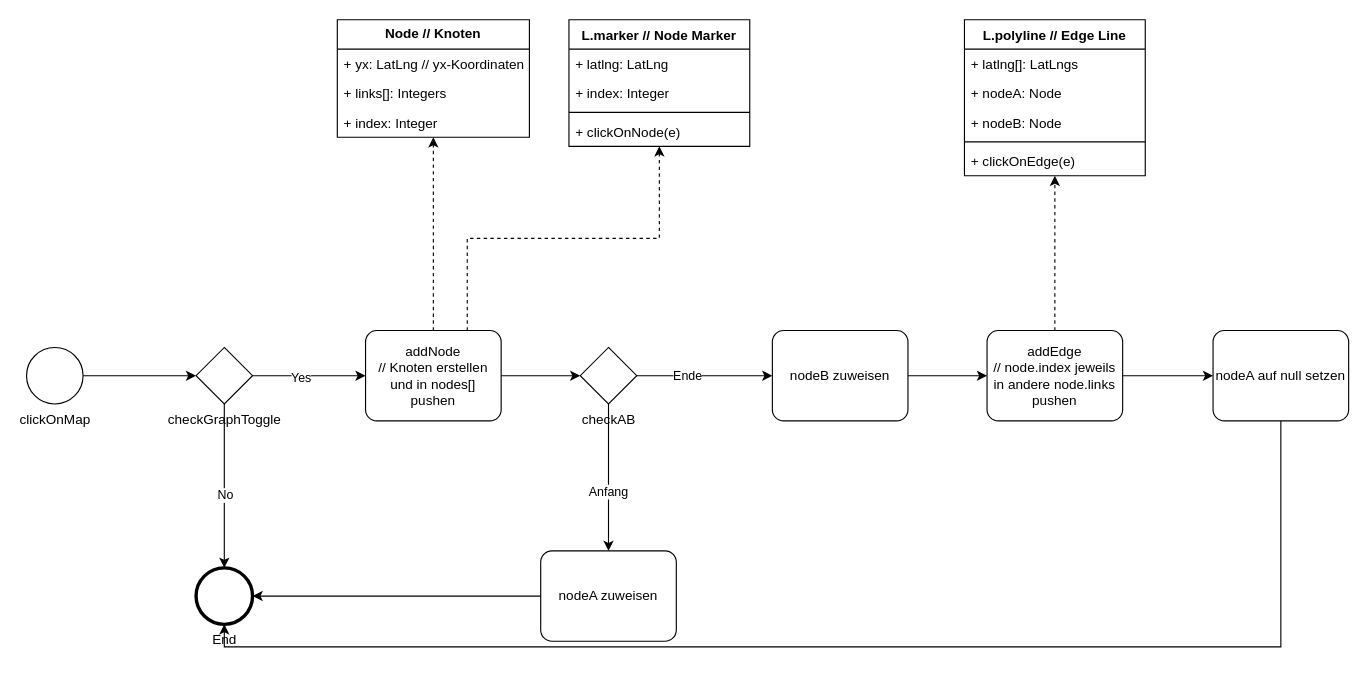
danielgilbers/indoor-navigation keeps this draw.io diagram as drawio/indoor-navigation.drawio. Above is the earlier version. Source tidied: cells renumbered, new cells numbered last; positions are measured from the earlier drawing's top-left corner, leaving out a move shared by most shapes. Both pictures are drawn from the tidied source at 113%, with x=0, y=0 at pixel (26, 19).
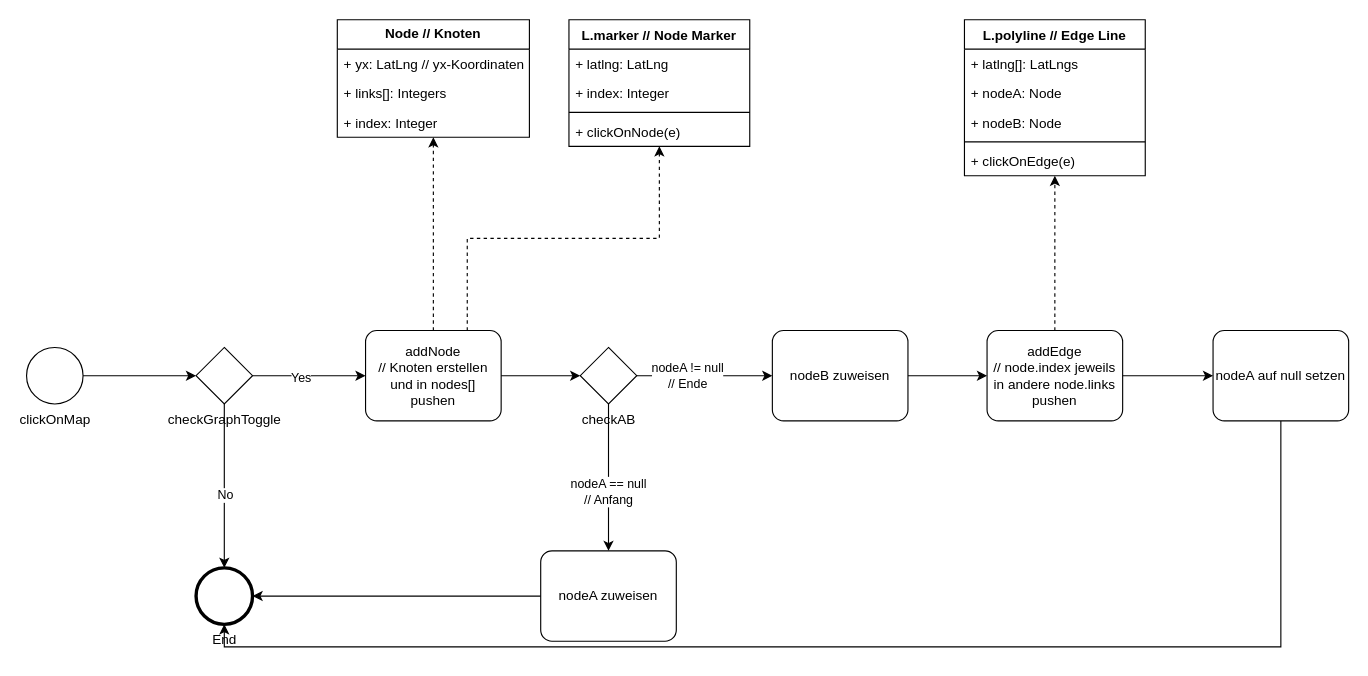
The same page after the edit.

The change refers to these unchanged cells:
```xml
<mxCell id="21" style="edgeStyle=orthogonalEdgeStyle;rounded=0;jettySize=auto;html=1;exitX=0.5;exitY=1;exitDx=0;exitDy=0;exitPerimeter=0;entryX=0.5;entryY=0;entryDx=0;entryDy=0;entryPerimeter=0;" parent="1" edge="1" source="18" target="20">
  <mxGeometry relative="1" as="geometry" />
</mxCell>
<mxCell id="24" style="edgeStyle=orthogonalEdgeStyle;rounded=0;jettySize=auto;html=1;exitX=1;exitY=0.5;exitDx=0;exitDy=0;exitPerimeter=0;entryX=0;entryY=0.5;entryDx=0;entryDy=0;entryPerimeter=0;" parent="1" edge="1" source="18" target="19">
  <mxGeometry relative="1" as="geometry" />
</mxCell>
```

Diff of the diagram source:
```diff
@@
-    <mxCell id="22" value="Anfang" style="edgeLabel;html=1;align=center;verticalAlign=middle;" parent="21" vertex="1">
+    <mxCell id="22" value="nodeA == null&lt;div&gt;// Anfang&lt;/div&gt;" style="edgeLabel;html=1;align=center;verticalAlign=middle;" parent="21" vertex="1">
       <mxGeometry x="0.18" y="-1" relative="1" as="geometry" />
     </mxCell>
@@
-    <mxCell id="25" value="Ende" style="edgeLabel;html=1;align=center;verticalAlign=middle;" parent="24" vertex="1">
+    <mxCell id="25" value="nodeA != null&lt;div&gt;// Ende&lt;/div&gt;" style="edgeLabel;html=1;align=center;verticalAlign=middle;" parent="24" vertex="1">
       <mxGeometry x="-0.27" y="1" relative="1" as="geometry" />
     </mxCell>
```
